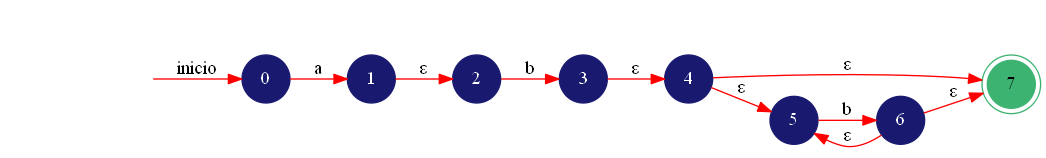
Before: create-afn-afd/src/Imagenes/AFN.png, a diagram exported from Graphviz (Serch-ING/create-afn-afd). Its source is kept beside it as create-afn-afd/src/Imagenes/AFN.dot.
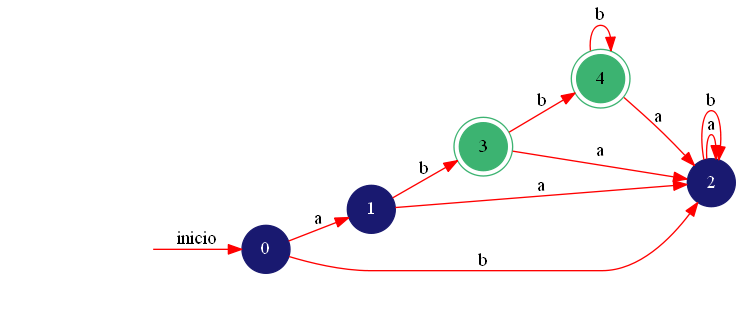
The same file after the commit.

The edit, as a diff of the source:
```diff
@@ -1,18 +1,19 @@
 digraph AUTOMATA{
 	rankdir=LR;
-	node [shape=doublecircle, style = filled,color = mediumseagreen]; 7;
+	node [shape=doublecircle, style = filled,color = mediumseagreen]; 3 4;
 	node [shape=circle];
 	node [color=midnightblue,fontcolor=white];
 	edge [color=red];
 	secret_node [style=invis];
 	secret_node -> 0 [label="inicio"];
 	0 -> 1 [label="a"];
-	1 -> 2 [label="ε"];
-	2 -> 3 [label="b"];
-	3 -> 4 [label="ε"];
-	4 -> 5 [label="ε"];
-	4 -> 7 [label="ε"];
-	5 -> 6 [label="b"];
-	6 -> 5 [label="ε"];
-	6 -> 7 [label="ε"];
+	0 -> 2 [label="b"];
+	1 -> 2 [label="a"];
+	1 -> 3 [label="b"];
+	2 -> 2 [label="a"];
+	2 -> 2 [label="b"];
+	3 -> 2 [label="a"];
+	3 -> 4 [label="b"];
+	4 -> 2 [label="a"];
+	4 -> 4 [label="b"];
 }
```
